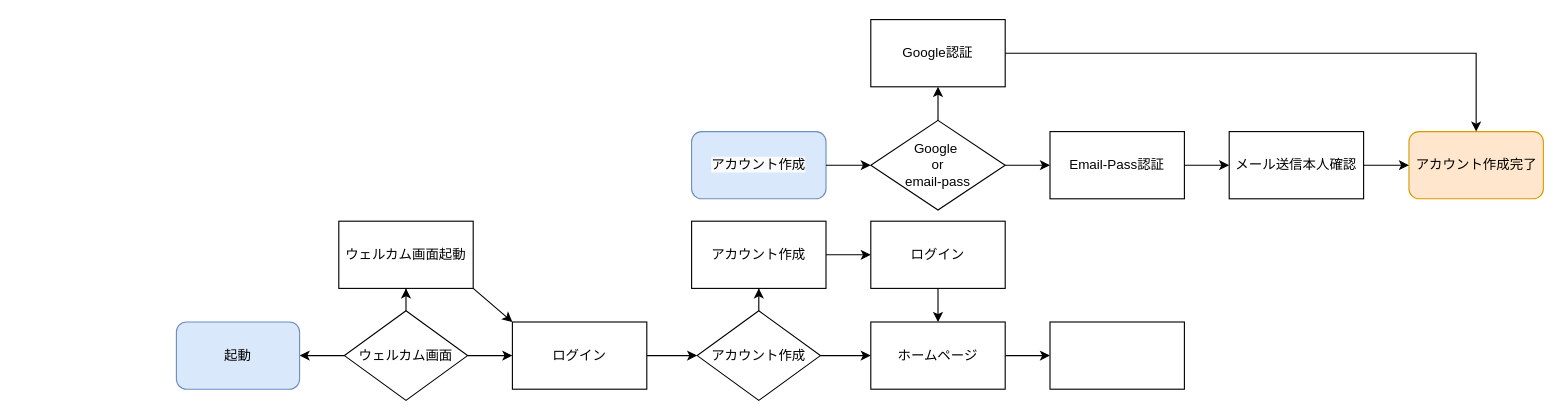
Before: 名称未設定ファイル.drawio in ASHIMOTO0729/Drow.io, a draw.io diagram. Source tidied: cells renumbered, new cells numbered last; positions are measured from the earlier drawing's top-left corner, leaving out a move shared by most shapes. Both pictures are drawn from the tidied source at 112%, with x=0, y=0 at pixel (176, 19).
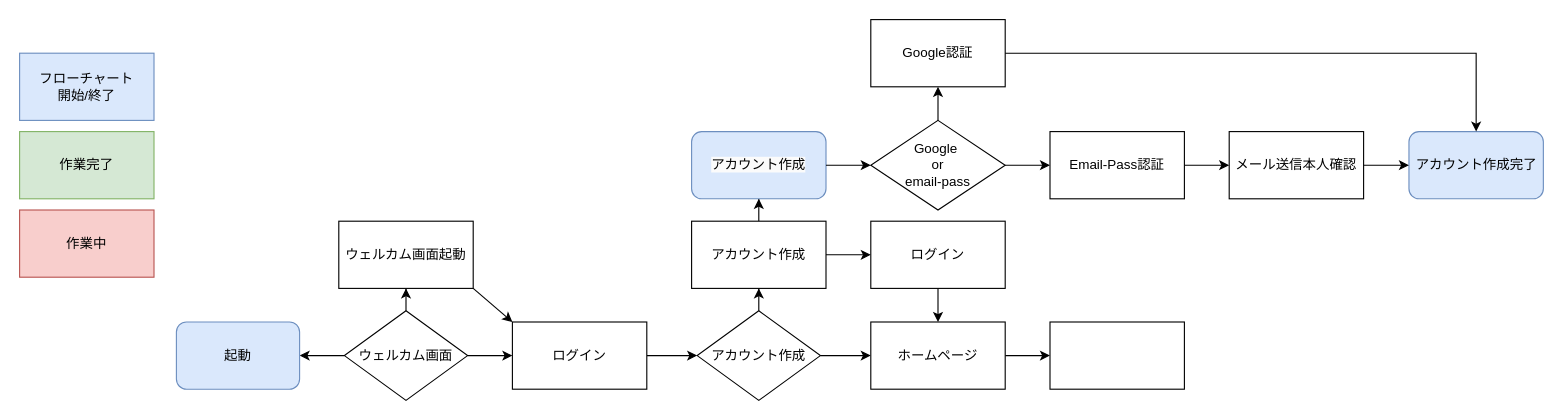
Above is the later version.

Commit message:
名称未設定ファイル.drawio を更新します

Unchanged cells that the change refers to:
```xml
<mxCell id="14" value="アカウント作成" style="whiteSpace=wrap;html=1;rounded=0;" parent="1" vertex="1">
  <mxGeometry x="460" y="180" width="120" height="60" as="geometry" />
</mxCell>
<mxCell id="21" style="group;" parent="1" vertex="1">
  <mxGeometry x="460" width="760.5" height="170" as="geometry" />
</mxCell>
<mxCell id="29" value="&lt;span style=&quot;color: rgb(0, 0, 0); font-family: Helvetica; font-size: 12px; font-style: normal; font-variant-ligatures: normal; font-variant-caps: normal; font-weight: 400; letter-spacing: normal; orphans: 2; text-align: center; text-indent: 0px; text-transform: none; widows: 2; word-spacing: 0px; -webkit-text-stroke-width: 0px; background-color: rgb(251, 251, 251); text-decoration-thickness: initial; text-decoration-style: initial; text-decoration-color: initial; float: none; display: inline !important;&quot;&gt;アカウント作成&lt;/span&gt;" style="rounded=1;whiteSpace=wrap;html=1;fillColor=#dae8fc;strokeColor=#6c8ebf;" parent="21" vertex="1">
  <mxGeometry y="100" width="120" height="60" as="geometry" />
</mxCell>
```

Change to the diagram source:
```diff
@@
-<mxGraphModel>
+<mxGraphModel background="#ffffff">
@@
+    <mxCell id="34" style="edgeStyle=orthogonalEdgeStyle;rounded=0;jettySize=auto;html=1;" parent="1" edge="1" source="14" target="29">
+      <mxGeometry relative="1" as="geometry" />
+    </mxCell>
@@
-    <mxCell id="31" value="アカウント作成完了" style="rounded=1;whiteSpace=wrap;html=1;fillColor=#ffe6cc;strokeColor=#d79b00;" parent="21" vertex="1">
+    <mxCell id="31" value="アカウント作成完了" style="rounded=1;whiteSpace=wrap;html=1;fillColor=#dae8fc;strokeColor=#6c8ebf;" parent="21" vertex="1">
       <mxGeometry x="640.5" y="100" width="120" height="60" as="geometry" />
     </mxCell>
@@
+    <mxCell id="35" value="フローチャート&lt;br&gt;開始/終了" style="rounded=0;whiteSpace=wrap;html=1;fillColor=#dae8fc;strokeColor=#6c8ebf;" parent="1" vertex="1">
+      <mxGeometry x="-140" y="30" width="120" height="60" as="geometry" />
+    </mxCell>
+    <mxCell id="36" value="作業完了" style="rounded=0;whiteSpace=wrap;html=1;fillColor=#d5e8d4;strokeColor=#82b366;" parent="1" vertex="1">
+      <mxGeometry x="-140" y="100" width="120" height="60" as="geometry" />
+    </mxCell>
+    <mxCell id="37" value="作業中" style="rounded=0;whiteSpace=wrap;html=1;fillColor=#f8cecc;strokeColor=#b85450;" parent="1" vertex="1">
+      <mxGeometry x="-140" y="170" width="120" height="60" as="geometry" />
+    </mxCell>
```
